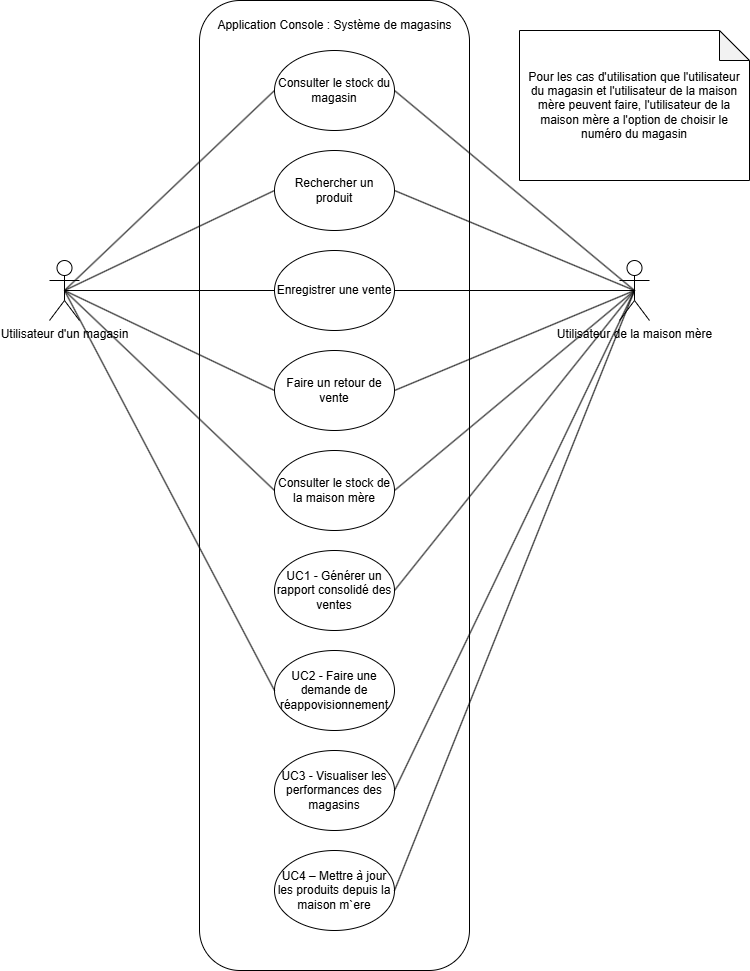
Above: docs/UML/diag_vue_cas_utilisation.drawio.png in PraMaks/LOG430_Labo_0 (draw.io), before the change. Source tidied: cells renumbered, new cells last; positions are measured from the earlier drawing's top-left corner, leaving out a move shared by most shapes.
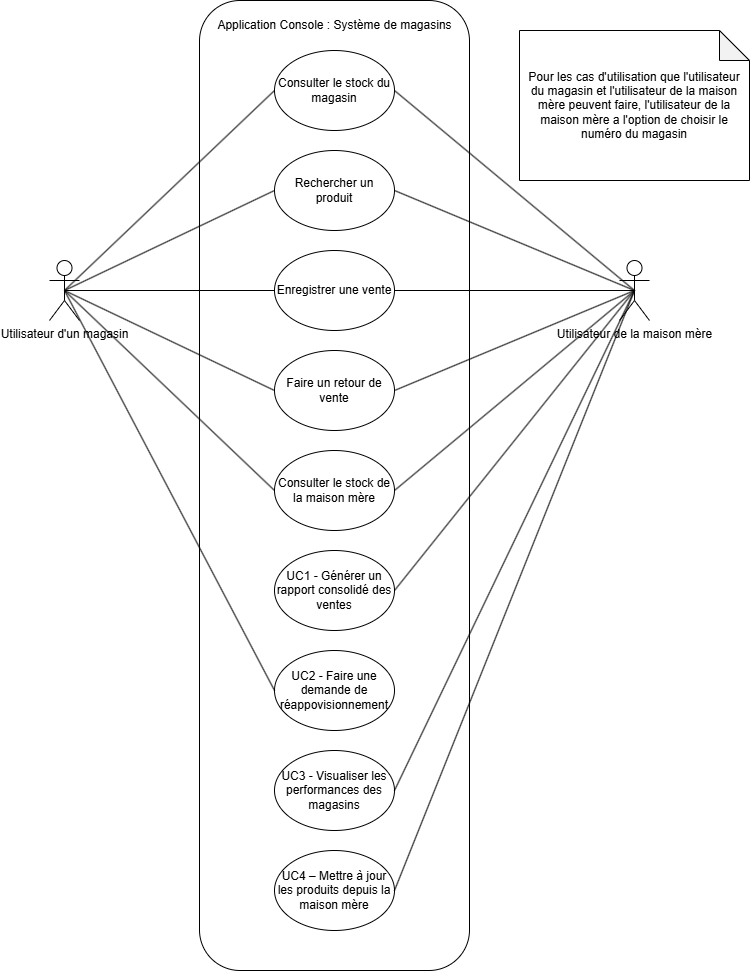
The same file after the commit.

Commit message:
Fix pour certains diagrammes

What changed in the source:
```diff
@@ -80,7 +80,7 @@
     <mxCell id="27" value="Pour les cas d'utilisation que l'utilisateur du magasin et l'utilisateur de la maison mère peuvent faire, l'utilisateur de la maison mère a l'option de choisir le numéro du magasin" style="shape=note;whiteSpace=wrap;html=1;backgroundOutline=1;darkOpacity=0.05;" parent="1" vertex="1">
       <mxGeometry x="470" y="30" width="230" height="150" as="geometry" />
     </mxCell>
-    <mxCell id="28" value="UC4 – Mettre à jour les produits depuis la maison m`ere" style="ellipse;whiteSpace=wrap;html=1;" parent="1" vertex="1">
+    <mxCell id="28" value="UC4 – Mettre à jour les produits depuis la maison mère" style="ellipse;whiteSpace=wrap;html=1;" parent="1" vertex="1">
       <mxGeometry x="225" y="850" width="120" height="80" as="geometry" />
     </mxCell>
     <mxCell id="29" style="endArrow=none;html=1;rounded=0;exitX=1;exitY=0.5;exitDx=0;exitDy=0;entryX=0.5;entryY=0.5;entryDx=0;entryDy=0;entryPerimeter=0;" parent="1" edge="1" source="28" target="17">
```
